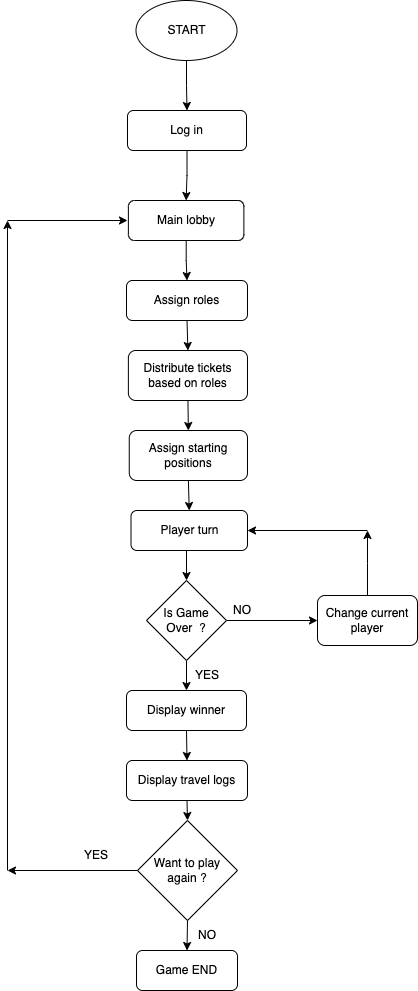
Earlier version of the draw.io export main.drawio.png (garimiddisuman/project). Source tidied: cells renumbered, new cells last; positions are measured from the earlier drawing's top-left corner, leaving out a move shared by most shapes.
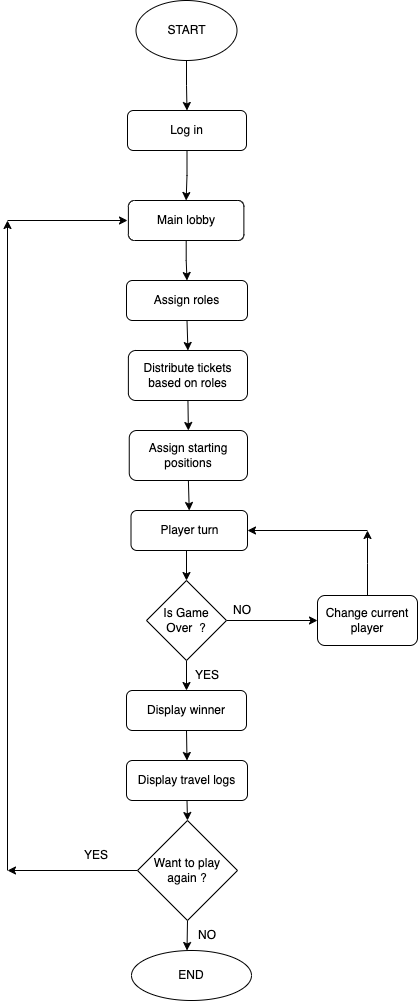
Above is the later version.

Change to the diagram source:
```diff
@@ -67,8 +67,10 @@
         <mxPoint y="870" as="targetPoint" />
       </mxGeometry>
     </mxCell>
-    <mxCell id="23" style="edgeStyle=orthogonalEdgeStyle;rounded=0;jettySize=auto;html=1;exitX=0.5;exitY=1;exitDx=0;exitDy=0;entryX=0.5;entryY=0;entryDx=0;entryDy=0;" parent="1" edge="1" source="24" target="32">
-      <mxGeometry relative="1" as="geometry" />
+    <mxCell id="23" style="edgeStyle=orthogonalEdgeStyle;rounded=0;jettySize=auto;html=1;exitX=0.5;exitY=1;exitDx=0;exitDy=0;entryX=0.5;entryY=0;entryDx=0;entryDy=0;" parent="1" edge="1" source="24">
+      <mxGeometry relative="1" as="geometry">
+        <mxPoint x="179.5" y="950" as="targetPoint" />
+      </mxGeometry>
     </mxCell>
     <mxCell id="24" value="Want to play again ?" style="rhombus;whiteSpace=wrap;html=1;" parent="1" vertex="1">
       <mxGeometry x="130" y="820" width="100" height="100" as="geometry" />
@@ -101,9 +103,6 @@
     <mxCell id="31" value="NO" style="text;html=1;align=center;verticalAlign=middle;whiteSpace=wrap;rounded=0;" parent="1" vertex="1">
       <mxGeometry x="205" y="595" width="60" height="30" as="geometry" />
     </mxCell>
-    <mxCell id="32" value="Game END" style="rounded=1;whiteSpace=wrap;html=1;" parent="1" vertex="1">
-      <mxGeometry x="129" y="950" width="101" height="40" as="geometry" />
-    </mxCell>
     <mxCell id="33" value="NO" style="text;html=1;align=center;verticalAlign=middle;whiteSpace=wrap;rounded=0;" parent="1" vertex="1">
       <mxGeometry x="170" y="920" width="60" height="30" as="geometry" />
     </mxCell>
@@ -119,5 +118,8 @@
         <mxPoint x="120" y="220" as="targetPoint" />
       </mxGeometry>
     </mxCell>
+    <mxCell id="37" value="END" style="ellipse;whiteSpace=wrap;html=1;" parent="1" vertex="1">
+      <mxGeometry x="124" y="950" width="120" height="50" as="geometry" />
+    </mxCell>
   </root>
 </mxGraphModel>
```
